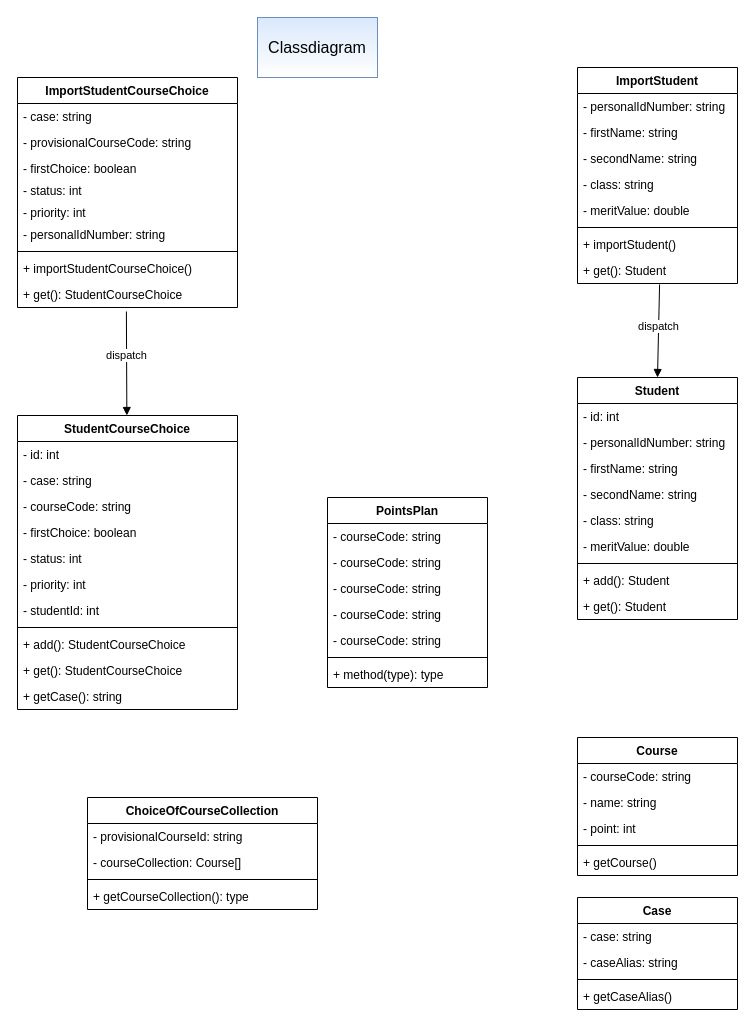
Earlier version of the draw.io diagram page "Classdiagram" (2 of 3) of Overview group manager.drawio (hk66dev/manage-student-groups). Source tidied: cells renumbered, new cells numbered last; positions are measured from the earlier drawing's top-left corner, leaving out a move shared by most shapes. Both pictures are drawn from the tidied source at 100%, with x=0, y=0 at pixel (17, 17).
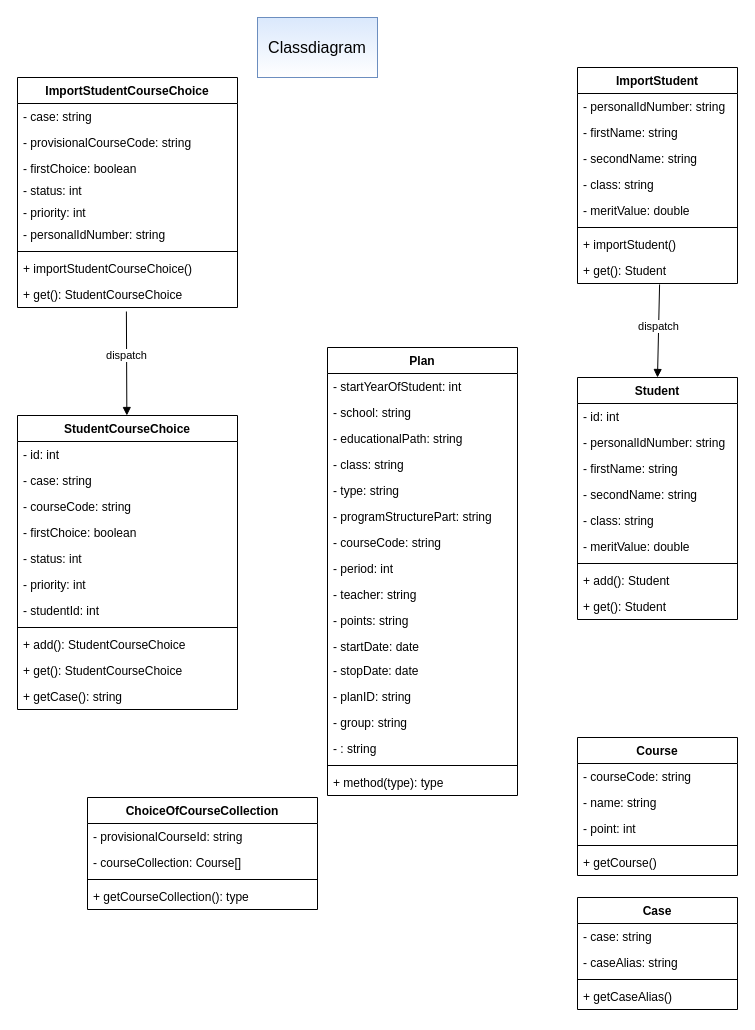
After the change.

Change to the diagram source:
```diff
@@
-    <mxCell id="62" value="PointsPlan" style="swimlane;fontStyle=1;align=center;verticalAlign=top;horizontal=1;startSize=26;" parent="1" vertex="1">
-      <mxGeometry x="310" y="480" width="160" height="190" as="geometry" />
+    <mxCell id="62" value="Plan" style="swimlane;fontStyle=1;align=center;verticalAlign=top;horizontal=1;startSize=26;" parent="1" vertex="1">
+      <mxGeometry x="310" y="330" width="190" height="448" as="geometry" />
     </mxCell>
-    <mxCell id="63" value="- courseCode: string" style="text;strokeColor=none;fillColor=none;align=left;verticalAlign=top;spacingLeft=4;spacingRight=4;overflow=hidden;" parent="62" vertex="1">
-      <mxGeometry y="26" width="160" height="26" as="geometry" />
+    <mxCell id="63" value="- startYearOfStudent: int" style="text;strokeColor=none;fillColor=none;align=left;verticalAlign=top;spacingLeft=4;spacingRight=4;overflow=hidden;" parent="62" vertex="1">
+      <mxGeometry y="26" width="190" height="26" as="geometry" />
     </mxCell>
-    <mxCell id="64" value="- courseCode: string" style="text;strokeColor=none;fillColor=none;align=left;verticalAlign=top;spacingLeft=4;spacingRight=4;overflow=hidden;" parent="62" vertex="1">
-      <mxGeometry y="52" width="160" height="26" as="geometry" />
+    <mxCell id="64" value="- school: string" style="text;strokeColor=none;fillColor=none;align=left;verticalAlign=top;spacingLeft=4;spacingRight=4;overflow=hidden;" parent="62" vertex="1">
+      <mxGeometry y="52" width="190" height="26" as="geometry" />
     </mxCell>
-    <mxCell id="65" value="- courseCode: string" style="text;strokeColor=none;fillColor=none;align=left;verticalAlign=top;spacingLeft=4;spacingRight=4;overflow=hidden;" parent="62" vertex="1">
-      <mxGeometry y="78" width="160" height="26" as="geometry" />
+    <mxCell id="65" value="- educationalPath: string" style="text;strokeColor=none;fillColor=none;align=left;verticalAlign=top;spacingLeft=4;spacingRight=4;overflow=hidden;" parent="62" vertex="1">
+      <mxGeometry y="78" width="190" height="26" as="geometry" />
     </mxCell>
-    <mxCell id="66" value="- courseCode: string" style="text;strokeColor=none;fillColor=none;align=left;verticalAlign=top;spacingLeft=4;spacingRight=4;overflow=hidden;" parent="62" vertex="1">
-      <mxGeometry y="104" width="160" height="26" as="geometry" />
+    <mxCell id="66" value="- class: string" style="text;strokeColor=none;fillColor=none;align=left;verticalAlign=top;spacingLeft=4;spacingRight=4;overflow=hidden;" parent="62" vertex="1">
+      <mxGeometry y="104" width="190" height="26" as="geometry" />
     </mxCell>
-    <mxCell id="67" value="- courseCode: string" style="text;strokeColor=none;fillColor=none;align=left;verticalAlign=top;spacingLeft=4;spacingRight=4;overflow=hidden;" parent="62" vertex="1">
-      <mxGeometry y="130" width="160" height="26" as="geometry" />
+    <mxCell id="67" value="- type: string" style="text;strokeColor=none;fillColor=none;align=left;verticalAlign=top;spacingLeft=4;spacingRight=4;overflow=hidden;" parent="62" vertex="1">
+      <mxGeometry y="130" width="190" height="26" as="geometry" />
     </mxCell>
+    <mxCell id="70" value="- programStructurePart: string" style="text;strokeColor=none;fillColor=none;align=left;verticalAlign=top;spacingLeft=4;spacingRight=4;overflow=hidden;" parent="62" vertex="1">
+      <mxGeometry y="156" width="190" height="26" as="geometry" />
+    </mxCell>
+    <mxCell id="71" value="- courseCode: string" style="text;strokeColor=none;fillColor=none;align=left;verticalAlign=top;spacingLeft=4;spacingRight=4;overflow=hidden;" parent="62" vertex="1">
+      <mxGeometry y="182" width="190" height="26" as="geometry" />
+    </mxCell>
+    <mxCell id="72" value="- period: int" style="text;strokeColor=none;fillColor=none;align=left;verticalAlign=top;spacingLeft=4;spacingRight=4;overflow=hidden;" parent="62" vertex="1">
+      <mxGeometry y="208" width="190" height="26" as="geometry" />
+    </mxCell>
+    <mxCell id="73" value="- teacher: string" style="text;strokeColor=none;fillColor=none;align=left;verticalAlign=top;spacingLeft=4;spacingRight=4;overflow=hidden;" parent="62" vertex="1">
+      <mxGeometry y="234" width="190" height="26" as="geometry" />
+    </mxCell>
+    <mxCell id="74" value="- points: string" style="text;strokeColor=none;fillColor=none;align=left;verticalAlign=top;spacingLeft=4;spacingRight=4;overflow=hidden;" parent="62" vertex="1">
+      <mxGeometry y="260" width="190" height="26" as="geometry" />
+    </mxCell>
+    <mxCell id="75" value="- startDate: date" style="text;strokeColor=none;fillColor=none;align=left;verticalAlign=top;spacingLeft=4;spacingRight=4;overflow=hidden;" parent="62" vertex="1">
+      <mxGeometry y="286" width="190" height="24" as="geometry" />
+    </mxCell>
+    <mxCell id="76" value="- stopDate: date" style="text;strokeColor=none;fillColor=none;align=left;verticalAlign=top;spacingLeft=4;spacingRight=4;overflow=hidden;" parent="62" vertex="1">
+      <mxGeometry y="310" width="190" height="26" as="geometry" />
+    </mxCell>
+    <mxCell id="77" value="- planID: string" style="text;strokeColor=none;fillColor=none;align=left;verticalAlign=top;spacingLeft=4;spacingRight=4;overflow=hidden;" parent="62" vertex="1">
+      <mxGeometry y="336" width="190" height="26" as="geometry" />
+    </mxCell>
+    <mxCell id="78" value="- group: string" style="text;strokeColor=none;fillColor=none;align=left;verticalAlign=top;spacingLeft=4;spacingRight=4;overflow=hidden;" parent="62" vertex="1">
+      <mxGeometry y="362" width="190" height="26" as="geometry" />
+    </mxCell>
+    <mxCell id="79" value="- : string" style="text;strokeColor=none;fillColor=none;align=left;verticalAlign=top;spacingLeft=4;spacingRight=4;overflow=hidden;" parent="62" vertex="1">
+      <mxGeometry y="388" width="190" height="26" as="geometry" />
+    </mxCell>
     <mxCell id="68" style="line;strokeWidth=1;fillColor=none;align=left;verticalAlign=middle;spacingTop=-1;spacingLeft=3;spacingRight=3;labelPosition=right;" parent="62" vertex="1">
-      <mxGeometry y="156" width="160" height="8" as="geometry" />
+      <mxGeometry y="414" width="190" height="8" as="geometry" />
     </mxCell>
     <mxCell id="69" value="+ method(type): type" style="text;strokeColor=none;fillColor=none;align=left;verticalAlign=top;spacingLeft=4;spacingRight=4;overflow=hidden;" parent="62" vertex="1">
-      <mxGeometry y="164" width="160" height="26" as="geometry" />
+      <mxGeometry y="422" width="190" height="26" as="geometry" />
     </mxCell>
```
